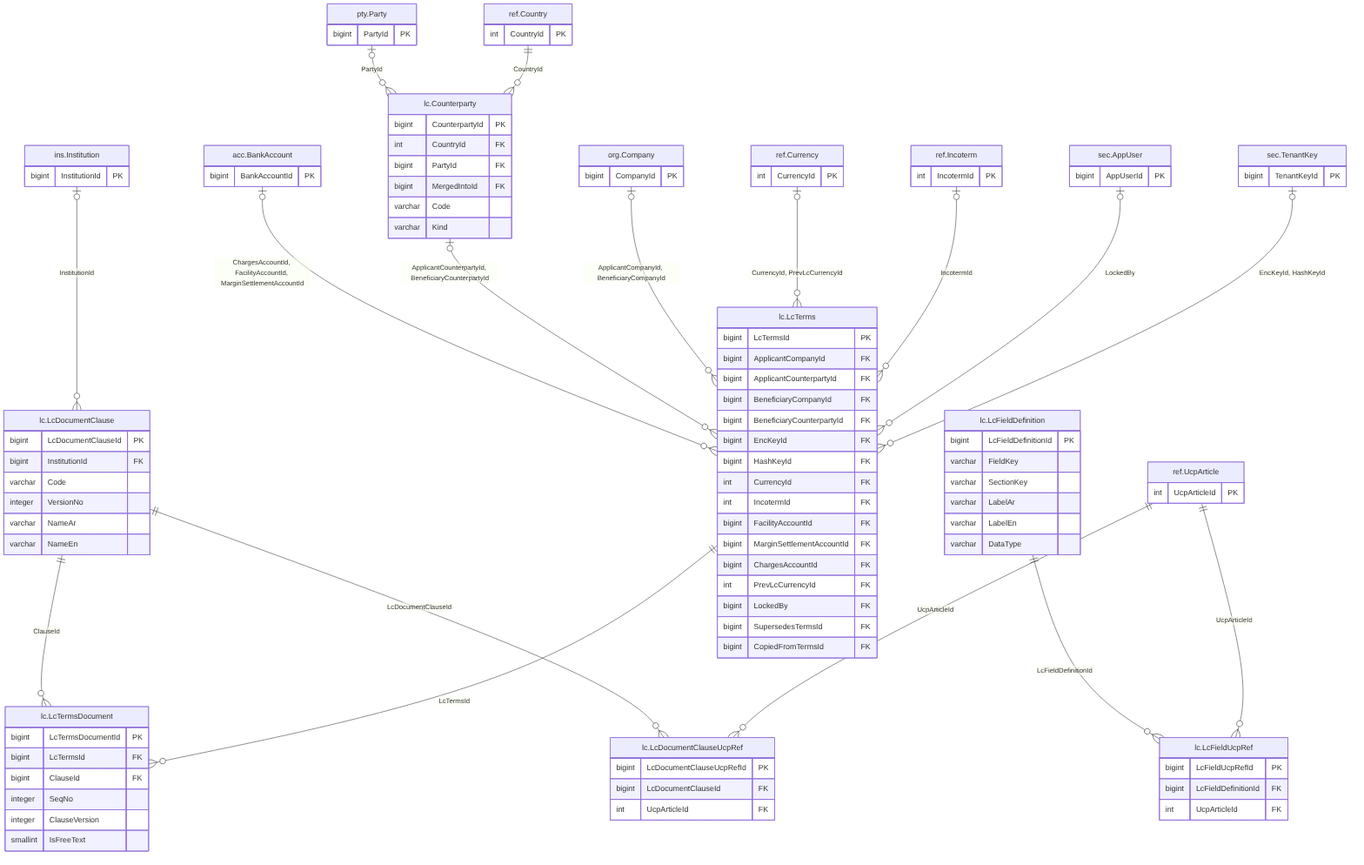
thawrasy/smartlines keeps this Mermaid diagram as treasury-platform/docs/diagrams/erd/m7_8_lc_terms_1.png. Above is the earlier version. Its source is kept beside it as treasury-platform/docs/diagrams/erd/m7_8_lc_terms_1.mmd.
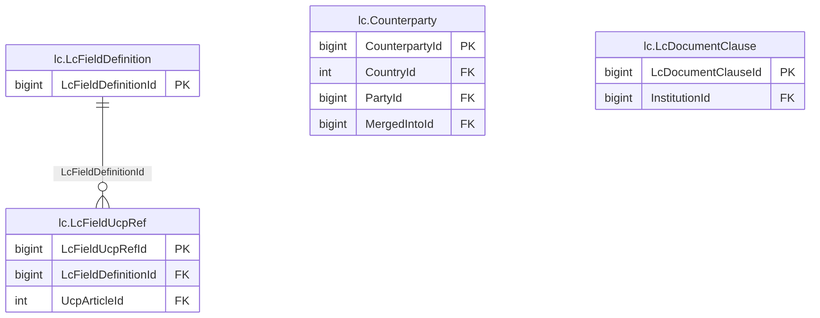
After the change.

Diff of the diagram source:
```diff
@@ -1,11 +1,6 @@
 erDiagram
   lc_LcFieldDefinition["lc.LcFieldDefinition"] {
     bigint LcFieldDefinitionId PK
-    varchar FieldKey
-    varchar SectionKey
-    varchar LabelAr
-    varchar LabelEn
-    varchar DataType
   }
   lc_LcFieldUcpRef["lc.LcFieldUcpRef"] {
     bigint LcFieldUcpRefId PK
@@ -17,91 +12,9 @@
     int CountryId FK
     bigint PartyId FK
     bigint MergedIntoId FK
-    varchar Code
-    varchar Kind
   }
   lc_LcDocumentClause["lc.LcDocumentClause"] {
     bigint LcDocumentClauseId PK
     bigint InstitutionId FK
-    varchar Code
-    integer VersionNo
-    varchar NameAr
-    varchar NameEn
   }
-  lc_LcDocumentClauseUcpRef["lc.LcDocumentClauseUcpRef"] {
-    bigint LcDocumentClauseUcpRefId PK
-    bigint LcDocumentClauseId FK
-    int UcpArticleId FK
-  }
-  lc_LcTerms["lc.LcTerms"] {
-    bigint LcTermsId PK
-    bigint ApplicantCompanyId FK
-    bigint ApplicantCounterpartyId FK
-    bigint BeneficiaryCompanyId FK
-    bigint BeneficiaryCounterpartyId FK
-    bigint EncKeyId FK
-    bigint HashKeyId FK
-    int CurrencyId FK
-    int IncotermId FK
-    bigint FacilityAccountId FK
-    bigint MarginSettlementAccountId FK
-    bigint ChargesAccountId FK
-    int PrevLcCurrencyId FK
-    bigint LockedBy FK
-    bigint SupersedesTermsId FK
-    bigint CopiedFromTermsId FK
-  }
-  lc_LcTermsDocument["lc.LcTermsDocument"] {
-    bigint LcTermsDocumentId PK
-    bigint LcTermsId FK
-    bigint ClauseId FK
-    integer SeqNo
-    integer ClauseVersion
-    smallint IsFreeText
-  }
-  acc_BankAccount["acc.BankAccount"] {
-    bigint BankAccountId PK
-  }
-  ins_Institution["ins.Institution"] {
-    bigint InstitutionId PK
-  }
-  org_Company["org.Company"] {
-    bigint CompanyId PK
-  }
-  pty_Party["pty.Party"] {
-    bigint PartyId PK
-  }
-  ref_Country["ref.Country"] {
-    int CountryId PK
-  }
-  ref_Currency["ref.Currency"] {
-    int CurrencyId PK
-  }
-  ref_Incoterm["ref.Incoterm"] {
-    int IncotermId PK
-  }
-  ref_UcpArticle["ref.UcpArticle"] {
-    int UcpArticleId PK
-  }
-  sec_AppUser["sec.AppUser"] {
-    bigint AppUserId PK
-  }
-  sec_TenantKey["sec.TenantKey"] {
-    bigint TenantKeyId PK
-  }
-  acc_BankAccount |o--o{ lc_LcTerms : "ChargesAccountId, FacilityAccountId, MarginSettlementAccountId"
-  ins_Institution |o--o{ lc_LcDocumentClause : "InstitutionId"
-  lc_Counterparty |o--o{ lc_LcTerms : "ApplicantCounterpartyId, BeneficiaryCounterpartyId"
-  lc_LcDocumentClause ||--o{ lc_LcDocumentClauseUcpRef : "LcDocumentClauseId"
-  lc_LcDocumentClause ||--o{ lc_LcTermsDocument : "ClauseId"
   lc_LcFieldDefinition ||--o{ lc_LcFieldUcpRef : "LcFieldDefinitionId"
-  lc_LcTerms ||--o{ lc_LcTermsDocument : "LcTermsId"
-  org_Company |o--o{ lc_LcTerms : "ApplicantCompanyId, BeneficiaryCompanyId"
-  pty_Party |o--o{ lc_Counterparty : "PartyId"
-  ref_Country ||--o{ lc_Counterparty : "CountryId"
-  ref_Currency |o--o{ lc_LcTerms : "CurrencyId, PrevLcCurrencyId"
-  ref_Incoterm |o--o{ lc_LcTerms : "IncotermId"
-  ref_UcpArticle ||--o{ lc_LcDocumentClauseUcpRef : "UcpArticleId"
-  ref_UcpArticle ||--o{ lc_LcFieldUcpRef : "UcpArticleId"
-  sec_AppUser |o--o{ lc_LcTerms : "LockedBy"
-  sec_TenantKey |o--o{ lc_LcTerms : "EncKeyId, HashKeyId"
```
